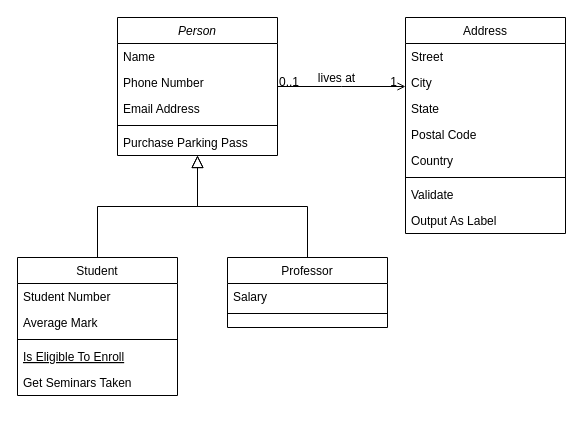
The draw.io diagram 1111.drawio in feicuizhiwang/my-diagram, before the edit. Source tidied: cells renumbered, new cells numbered last; positions are measured from the earlier drawing's top-left corner, leaving out a move shared by most shapes. Both pictures are drawn from the tidied source at 100%, with x=0, y=0 at pixel (17, 17).
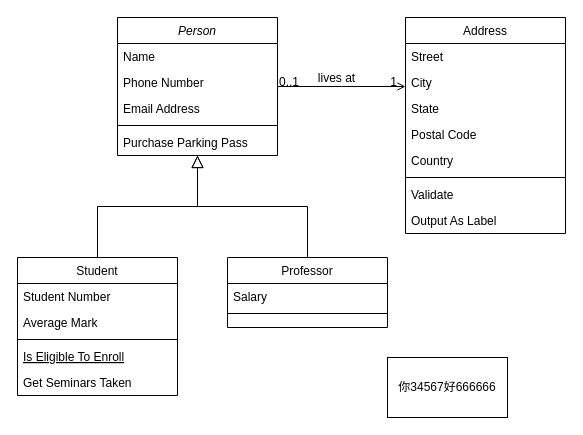
The same page after the edit.

Change to the diagram source:
```diff
@@
+    <mxCell id="32" value="你34567好666666" style="whiteSpace=wrap;html=1;" parent="1" vertex="1">
+      <mxGeometry x="370" y="340" width="120" height="60" as="geometry" />
+    </mxCell>
```
